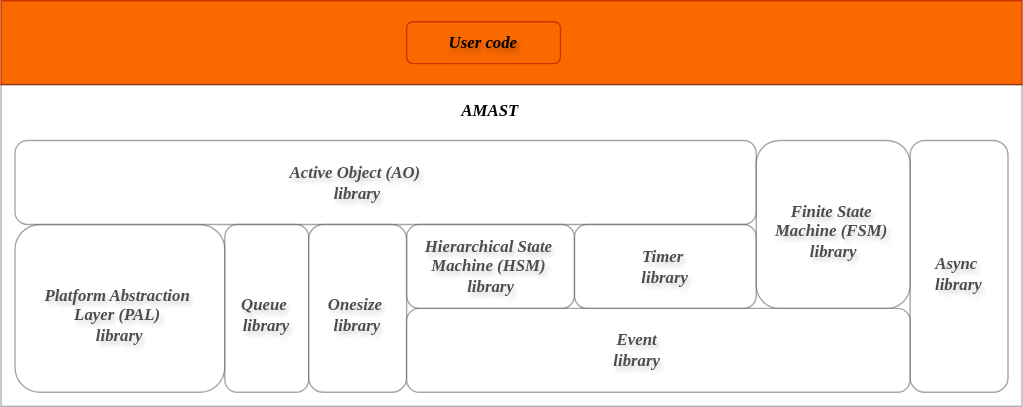
adel-mamin/amast keeps this draw.io diagram as docs/amast-app-diagram.svg. Above is the earlier version. Source tidied: cells renumbered, new cells last; positions are measured from the earlier drawing's top-left corner, leaving out a move shared by most shapes.
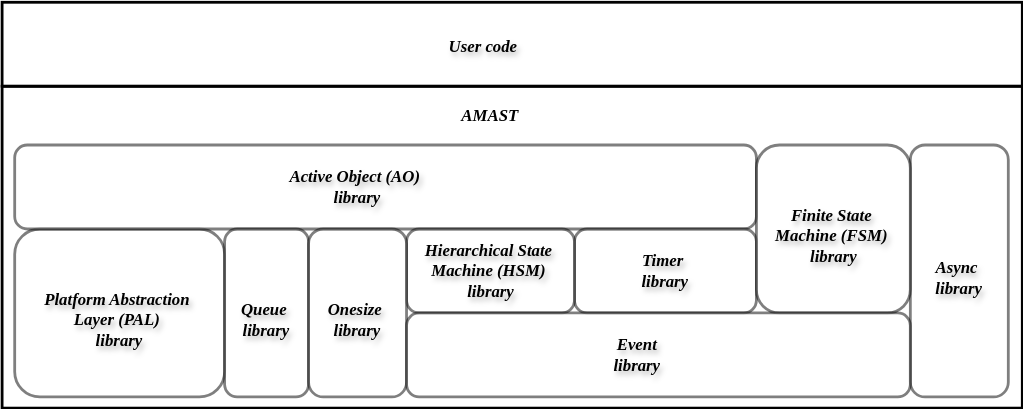
After the commit.

Commit message:
Update the architecture drawing

Diff of the diagram source:
```diff
@@ -2,68 +2,68 @@
   <root>
     <mxCell id="0" />
     <mxCell id="1" parent="0" />
-    <mxCell id="2" style="rounded=1;whiteSpace=wrap;html=1;fillColor=light-dark(#FFFFFF,#33FFFF);strokeColor=light-dark(#000000,#000000);fontFamily=Comic Sans MS;fontColor=light-dark(#000000,#000000);textShadow=1;fontStyle=3;fontSize=12;opacity=50;" parent="1" vertex="1">
+    <mxCell id="2" style="rounded=1;whiteSpace=wrap;html=1;fillColor=light-dark(#FFFFFF,#33FFFF);strokeColor=light-dark(#000000,#000000);fontFamily=Comic Sans MS;fontColor=light-dark(#000000,#000000);textShadow=1;fontStyle=3;fontSize=12;opacity=50;strokeWidth=2;" parent="1" vertex="1">
       <mxGeometry x="10" y="160" width="150" height="120" as="geometry" />
     </mxCell>
-    <mxCell id="3" value="&lt;div&gt;Platform Abstraction&amp;nbsp;&lt;/div&gt;&lt;div&gt;Layer (PAL)&amp;nbsp;&lt;/div&gt;&lt;div&gt;library&lt;/div&gt;" style="text;strokeColor=none;align=center;fillColor=none;html=1;verticalAlign=middle;whiteSpace=wrap;rounded=1;fontFamily=Comic Sans MS;fontColor=light-dark(#000000,#000000);textShadow=1;fontStyle=3;fontSize=12;opacity=50;" parent="1" vertex="1">
+    <mxCell id="3" value="&lt;div&gt;Platform Abstraction&amp;nbsp;&lt;/div&gt;&lt;div&gt;Layer (PAL)&amp;nbsp;&lt;/div&gt;&lt;div&gt;library&lt;/div&gt;" style="text;strokeColor=none;align=center;fillColor=none;html=1;verticalAlign=middle;whiteSpace=wrap;rounded=1;fontFamily=Comic Sans MS;fontColor=light-dark(#000000,#000000);textShadow=1;fontStyle=3;fontSize=12;opacity=50;strokeWidth=2;" parent="1" vertex="1">
       <mxGeometry x="10" y="210" width="150" height="30" as="geometry" />
     </mxCell>
-    <mxCell id="4" style="rounded=1;whiteSpace=wrap;html=1;fillColor=light-dark(#FFFFFF,#FF0080);strokeColor=light-dark(#000000,#000000);fontFamily=Comic Sans MS;fontColor=light-dark(#000000,#000000);textShadow=1;fontStyle=3;fontSize=12;opacity=50;" parent="1" vertex="1">
+    <mxCell id="4" style="rounded=1;whiteSpace=wrap;html=1;fillColor=light-dark(#FFFFFF,#FF0080);strokeColor=light-dark(#000000,#000000);fontFamily=Comic Sans MS;fontColor=light-dark(#000000,#000000);textShadow=1;fontStyle=3;fontSize=12;opacity=50;strokeWidth=2;" parent="1" vertex="1">
       <mxGeometry x="10" y="100" width="530" height="60" as="geometry" />
     </mxCell>
-    <mxCell id="5" value="&lt;div&gt;Active Object (AO)&amp;nbsp;&lt;/div&gt;&lt;div&gt;library&lt;/div&gt;" style="text;strokeColor=none;align=center;fillColor=none;html=1;verticalAlign=middle;whiteSpace=wrap;rounded=1;fontFamily=Comic Sans MS;fontColor=light-dark(#000000,#000000);textShadow=1;fontStyle=3;fontSize=12;opacity=50;" parent="1" vertex="1">
+    <mxCell id="5" value="&lt;div&gt;Active Object (AO)&amp;nbsp;&lt;/div&gt;&lt;div&gt;library&lt;/div&gt;" style="text;strokeColor=none;align=center;fillColor=none;html=1;verticalAlign=middle;whiteSpace=wrap;rounded=1;fontFamily=Comic Sans MS;fontColor=light-dark(#000000,#000000);textShadow=1;fontStyle=3;fontSize=12;opacity=50;strokeWidth=2;" parent="1" vertex="1">
       <mxGeometry x="130" y="115" width="250" height="30" as="geometry" />
     </mxCell>
-    <mxCell id="6" style="rounded=1;whiteSpace=wrap;html=1;fillColor=light-dark(#FFFFFF,#F19C99);strokeColor=light-dark(#000000,#000000);fontFamily=Comic Sans MS;fontColor=light-dark(#000000,#000000);textShadow=1;fontStyle=3;fontSize=12;opacity=50;" parent="1" vertex="1">
+    <mxCell id="6" style="rounded=1;whiteSpace=wrap;html=1;fillColor=light-dark(#FFFFFF,#F19C99);strokeColor=light-dark(#000000,#000000);fontFamily=Comic Sans MS;fontColor=light-dark(#000000,#000000);textShadow=1;fontStyle=3;fontSize=12;opacity=50;strokeWidth=2;" parent="1" vertex="1">
       <mxGeometry x="410" y="160" width="130" height="60" as="geometry" />
     </mxCell>
-    <mxCell id="7" value="&lt;div&gt;Timer&amp;nbsp;&lt;/div&gt;&lt;div&gt;library&lt;/div&gt;" style="text;strokeColor=none;align=center;fillColor=none;html=1;verticalAlign=middle;whiteSpace=wrap;rounded=1;fontFamily=Comic Sans MS;fontColor=light-dark(#000000,#000000);textShadow=1;fontStyle=3;fontSize=12;opacity=50;" parent="1" vertex="1">
+    <mxCell id="7" value="&lt;div&gt;Timer&amp;nbsp;&lt;/div&gt;&lt;div&gt;library&lt;/div&gt;" style="text;strokeColor=none;align=center;fillColor=none;html=1;verticalAlign=middle;whiteSpace=wrap;rounded=1;fontFamily=Comic Sans MS;fontColor=light-dark(#000000,#000000);textShadow=1;fontStyle=3;fontSize=12;opacity=50;strokeWidth=2;" parent="1" vertex="1">
       <mxGeometry x="450" y="175" width="50" height="30" as="geometry" />
     </mxCell>
-    <mxCell id="8" style="rounded=1;whiteSpace=wrap;html=1;fillColor=light-dark(#FFFFFF,#E5CCFF);strokeColor=light-dark(#000000,#000000);fontFamily=Comic Sans MS;fontColor=light-dark(#000000,#000000);textShadow=1;fontStyle=3;fontSize=12;opacity=50;" parent="1" vertex="1">
+    <mxCell id="8" style="rounded=1;whiteSpace=wrap;html=1;fillColor=light-dark(#FFFFFF,#E5CCFF);strokeColor=light-dark(#000000,#000000);fontFamily=Comic Sans MS;fontColor=light-dark(#000000,#000000);textShadow=1;fontStyle=3;fontSize=12;opacity=50;strokeWidth=2;" parent="1" vertex="1">
       <mxGeometry x="290" y="160" width="120" height="60" as="geometry" />
     </mxCell>
-    <mxCell id="9" value="&lt;div&gt;Hierarchical State&amp;nbsp;&lt;/div&gt;&lt;div&gt;Machine (HSM)&amp;nbsp;&lt;/div&gt;&lt;div&gt;library&lt;/div&gt;" style="text;strokeColor=none;align=center;fillColor=none;html=1;verticalAlign=middle;whiteSpace=wrap;rounded=1;fontFamily=Comic Sans MS;fontColor=light-dark(#000000,#000000);textShadow=1;fontStyle=3;fontSize=12;opacity=50;" parent="1" vertex="1">
+    <mxCell id="9" value="&lt;div&gt;Hierarchical State&amp;nbsp;&lt;/div&gt;&lt;div&gt;Machine (HSM)&amp;nbsp;&lt;/div&gt;&lt;div&gt;library&lt;/div&gt;" style="text;strokeColor=none;align=center;fillColor=none;html=1;verticalAlign=middle;whiteSpace=wrap;rounded=1;fontFamily=Comic Sans MS;fontColor=light-dark(#000000,#000000);textShadow=1;fontStyle=3;fontSize=12;opacity=50;strokeWidth=2;" parent="1" vertex="1">
       <mxGeometry x="297.5" y="175" width="105" height="30" as="geometry" />
     </mxCell>
-    <mxCell id="10" style="rounded=1;whiteSpace=wrap;html=1;fillColor=light-dark(#FFFFFF,#CDA2BE);strokeColor=light-dark(#000000,#000000);fontFamily=Comic Sans MS;fontColor=light-dark(#000000,#000000);textShadow=1;fontStyle=3;fontSize=12;opacity=50;" parent="1" vertex="1">
+    <mxCell id="10" style="rounded=1;whiteSpace=wrap;html=1;fillColor=light-dark(#FFFFFF,#CDA2BE);strokeColor=light-dark(#000000,#000000);fontFamily=Comic Sans MS;fontColor=light-dark(#000000,#000000);textShadow=1;fontStyle=3;fontSize=12;opacity=50;strokeWidth=2;" parent="1" vertex="1">
       <mxGeometry x="650" y="100" width="70" height="180" as="geometry" />
     </mxCell>
-    <mxCell id="11" value="&lt;div&gt;Async&amp;nbsp;&lt;/div&gt;&lt;div&gt;library&lt;/div&gt;" style="text;strokeColor=none;align=center;fillColor=none;html=1;verticalAlign=middle;whiteSpace=wrap;rounded=1;fontFamily=Comic Sans MS;fontColor=light-dark(#000000,#000000);textShadow=1;fontStyle=3;fontSize=12;opacity=50;" parent="1" vertex="1">
+    <mxCell id="11" value="&lt;div&gt;Async&amp;nbsp;&lt;/div&gt;&lt;div&gt;library&lt;/div&gt;" style="text;strokeColor=none;align=center;fillColor=none;html=1;verticalAlign=middle;whiteSpace=wrap;rounded=1;fontFamily=Comic Sans MS;fontColor=light-dark(#000000,#000000);textShadow=1;fontStyle=3;fontSize=12;opacity=50;strokeWidth=2;" parent="1" vertex="1">
       <mxGeometry x="660" y="180" width="50" height="30" as="geometry" />
     </mxCell>
-    <mxCell id="12" style="rounded=1;whiteSpace=wrap;html=1;fillColor=light-dark(#FFFFFF,#B266FF);strokeColor=light-dark(#000000,#000000);fontFamily=Comic Sans MS;fontColor=light-dark(#000000,#000000);textShadow=1;fontStyle=3;fontSize=12;opacity=50;" parent="1" vertex="1">
+    <mxCell id="12" style="rounded=1;whiteSpace=wrap;html=1;fillColor=light-dark(#FFFFFF,#B266FF);strokeColor=light-dark(#000000,#000000);fontFamily=Comic Sans MS;fontColor=light-dark(#000000,#000000);textShadow=1;fontStyle=3;fontSize=12;opacity=50;strokeWidth=2;" parent="1" vertex="1">
       <mxGeometry x="160" y="160" width="60" height="120" as="geometry" />
     </mxCell>
-    <mxCell id="13" value="&lt;div&gt;Queue&amp;nbsp;&lt;/div&gt;&lt;div&gt;library&lt;/div&gt;" style="text;strokeColor=none;align=center;fillColor=none;html=1;verticalAlign=middle;whiteSpace=wrap;rounded=1;fontFamily=Comic Sans MS;fontColor=light-dark(#000000,#000000);textShadow=1;fontStyle=3;fontSize=12;opacity=50;" parent="1" vertex="1">
+    <mxCell id="13" value="&lt;div&gt;Queue&amp;nbsp;&lt;/div&gt;&lt;div&gt;library&lt;/div&gt;" style="text;strokeColor=none;align=center;fillColor=none;html=1;verticalAlign=middle;whiteSpace=wrap;rounded=1;fontFamily=Comic Sans MS;fontColor=light-dark(#000000,#000000);textShadow=1;fontStyle=3;fontSize=12;opacity=50;strokeWidth=2;" parent="1" vertex="1">
       <mxGeometry x="160" y="210" width="60" height="30" as="geometry" />
     </mxCell>
-    <mxCell id="14" style="rounded=1;whiteSpace=wrap;html=1;fillColor=light-dark(#FFFFFF,#33FF99);strokeColor=light-dark(#000000,#000000);fontFamily=Comic Sans MS;fontColor=light-dark(#000000,#000000);textShadow=1;fontStyle=3;fontSize=12;opacity=50;" parent="1" vertex="1">
+    <mxCell id="14" style="rounded=1;whiteSpace=wrap;html=1;fillColor=light-dark(#FFFFFF,#33FF99);strokeColor=light-dark(#000000,#000000);fontFamily=Comic Sans MS;fontColor=light-dark(#000000,#000000);textShadow=1;fontStyle=3;fontSize=12;opacity=50;strokeWidth=2;" parent="1" vertex="1">
       <mxGeometry x="220" y="160" width="70" height="120" as="geometry" />
     </mxCell>
-    <mxCell id="15" value="&lt;div&gt;Onesize&amp;nbsp;&lt;/div&gt;&lt;div&gt;library &lt;/div&gt;" style="text;strokeColor=none;align=center;fillColor=none;html=1;verticalAlign=middle;whiteSpace=wrap;rounded=1;fontFamily=Comic Sans MS;fontColor=light-dark(#000000,#000000);textShadow=1;fontStyle=3;fontSize=12;opacity=50;" parent="1" vertex="1">
+    <mxCell id="15" value="&lt;div&gt;Onesize&amp;nbsp;&lt;/div&gt;&lt;div&gt;library &lt;/div&gt;" style="text;strokeColor=none;align=center;fillColor=none;html=1;verticalAlign=middle;whiteSpace=wrap;rounded=1;fontFamily=Comic Sans MS;fontColor=light-dark(#000000,#000000);textShadow=1;fontStyle=3;fontSize=12;opacity=50;strokeWidth=2;" parent="1" vertex="1">
       <mxGeometry x="220" y="210" width="70" height="30" as="geometry" />
     </mxCell>
-    <mxCell id="16" style="rounded=1;whiteSpace=wrap;html=1;fillColor=light-dark(#FFFFFF,#CCCC00);strokeColor=light-dark(#000000,#000000);fontFamily=Comic Sans MS;fontColor=light-dark(#000000,#000000);textShadow=1;fontStyle=3;fontSize=12;opacity=50;" parent="1" vertex="1">
+    <mxCell id="16" style="rounded=1;whiteSpace=wrap;html=1;fillColor=light-dark(#FFFFFF,#CCCC00);strokeColor=light-dark(#000000,#000000);fontFamily=Comic Sans MS;fontColor=light-dark(#000000,#000000);textShadow=1;fontStyle=3;fontSize=12;opacity=50;strokeWidth=2;" parent="1" vertex="1">
       <mxGeometry x="540" y="100" width="110" height="120" as="geometry" />
     </mxCell>
-    <mxCell id="17" value="&lt;div&gt;Finite State&amp;nbsp;&lt;/div&gt;&lt;div&gt;Machine (FSM)&amp;nbsp;&lt;/div&gt;&lt;div&gt;library&lt;/div&gt;" style="text;strokeColor=none;align=center;fillColor=light-dark(#FFFFFF,#66FFFF);html=1;verticalAlign=middle;whiteSpace=wrap;rounded=1;fontFamily=Comic Sans MS;fontColor=light-dark(#000000,#000000);textShadow=1;fontStyle=3;fontSize=12;opacity=0;" parent="1" vertex="1">
+    <mxCell id="17" value="&lt;div&gt;Finite State&amp;nbsp;&lt;/div&gt;&lt;div&gt;Machine (FSM)&amp;nbsp;&lt;/div&gt;&lt;div&gt;library&lt;/div&gt;" style="text;strokeColor=none;align=center;fillColor=light-dark(#FFFFFF,#66FFFF);html=1;verticalAlign=middle;whiteSpace=wrap;rounded=1;fontFamily=Comic Sans MS;fontColor=light-dark(#000000,#000000);textShadow=1;fontStyle=3;fontSize=12;opacity=0;strokeWidth=2;" parent="1" vertex="1">
       <mxGeometry x="542.5" y="150" width="105" height="30" as="geometry" />
     </mxCell>
-    <mxCell id="18" style="rounded=0;whiteSpace=wrap;html=1;fillColor=#fa6800;strokeColor=#C73500;fontFamily=Comic Sans MS;fontColor=#000000;textShadow=1;fontStyle=3;fontSize=12;glass=0;" parent="1" vertex="1">
-      <mxGeometry width="730" height="60" as="geometry" />
+    <mxCell id="18" style="rounded=0;whiteSpace=wrap;html=1;fillColor=light-dark(#FFFFFF,#A9C4EB);strokeColor=light-dark(#000000,#000000);fontFamily=Comic Sans MS;fontColor=#000000;textShadow=1;fontStyle=3;fontSize=12;glass=0;strokeWidth=2;" parent="1" vertex="1">
+      <mxGeometry x="1" y="-2" width="729" height="60" as="geometry" />
     </mxCell>
-    <mxCell id="19" value="User code" style="text;align=center;html=1;verticalAlign=middle;whiteSpace=wrap;rounded=1;fontFamily=Comic Sans MS;fontColor=light-dark(#000000,#000000);textShadow=1;fontStyle=3;fontSize=12;glass=0;fillColor=#fa6800;strokeColor=#C73500;" parent="1" vertex="1">
+    <mxCell id="19" value="User code" style="text;align=center;html=1;verticalAlign=middle;whiteSpace=wrap;rounded=1;fontFamily=Comic Sans MS;fontColor=light-dark(#000000,#000000);textShadow=1;fontStyle=3;fontSize=12;glass=0;fillColor=none;strokeColor=none;" parent="1" vertex="1">
       <mxGeometry x="290" y="15" width="110" height="30" as="geometry" />
     </mxCell>
-    <mxCell id="20" style="rounded=1;whiteSpace=wrap;html=1;fillColor=light-dark(#FFFFFF,#007FFF);strokeColor=light-dark(#000000,#000000);fontFamily=Comic Sans MS;fontColor=light-dark(#000000,#000000);textShadow=1;fontStyle=3;fontSize=12;opacity=50;" parent="1" vertex="1">
+    <mxCell id="20" style="rounded=1;whiteSpace=wrap;html=1;fillColor=light-dark(#FFFFFF,#007FFF);strokeColor=light-dark(#000000,#000000);fontFamily=Comic Sans MS;fontColor=light-dark(#000000,#000000);textShadow=1;fontStyle=3;fontSize=12;opacity=50;strokeWidth=2;" parent="1" vertex="1">
       <mxGeometry x="290" y="220" width="360" height="60" as="geometry" />
     </mxCell>
-    <mxCell id="21" value="&lt;div&gt;Event&lt;/div&gt;&lt;div&gt;library&lt;/div&gt;" style="text;strokeColor=none;align=center;fillColor=light-dark(#FFFFFF,#007FFF);html=1;verticalAlign=middle;whiteSpace=wrap;rounded=1;fontFamily=Comic Sans MS;fontColor=light-dark(#000000,#000000);textShadow=1;fontStyle=3;fontSize=12;opacity=0;" parent="1" vertex="1">
+    <mxCell id="21" value="&lt;div&gt;Event&lt;/div&gt;&lt;div&gt;library&lt;/div&gt;" style="text;strokeColor=none;align=center;fillColor=light-dark(#FFFFFF,#007FFF);html=1;verticalAlign=middle;whiteSpace=wrap;rounded=1;fontFamily=Comic Sans MS;fontColor=light-dark(#000000,#000000);textShadow=1;fontStyle=3;fontSize=12;opacity=0;strokeWidth=2;" parent="1" vertex="1">
       <mxGeometry x="430" y="235" width="50" height="30" as="geometry" />
     </mxCell>
-    <mxCell id="22" style="rounded=0;whiteSpace=wrap;html=1;opacity=30;fillColor=light-dark(#FFFFFF,#919191);" parent="1" vertex="1">
-      <mxGeometry y="60" width="730" height="230" as="geometry" />
+    <mxCell id="22" style="rounded=0;whiteSpace=wrap;html=1;fillColor=none;strokeColor=light-dark(#000000,#000000);strokeWidth=2;" parent="1" vertex="1">
+      <mxGeometry x="1" y="58" width="729" height="230" as="geometry" />
     </mxCell>
     <mxCell id="23" value="AMAST" style="text;strokeColor=none;align=center;fillColor=none;html=1;verticalAlign=middle;whiteSpace=wrap;rounded=0;fontStyle=3;fontFamily=Comic Sans MS;fontColor=light-dark(#000000,#000000);" parent="1" vertex="1">
       <mxGeometry x="320" y="64" width="60" height="30" as="geometry" />
```
